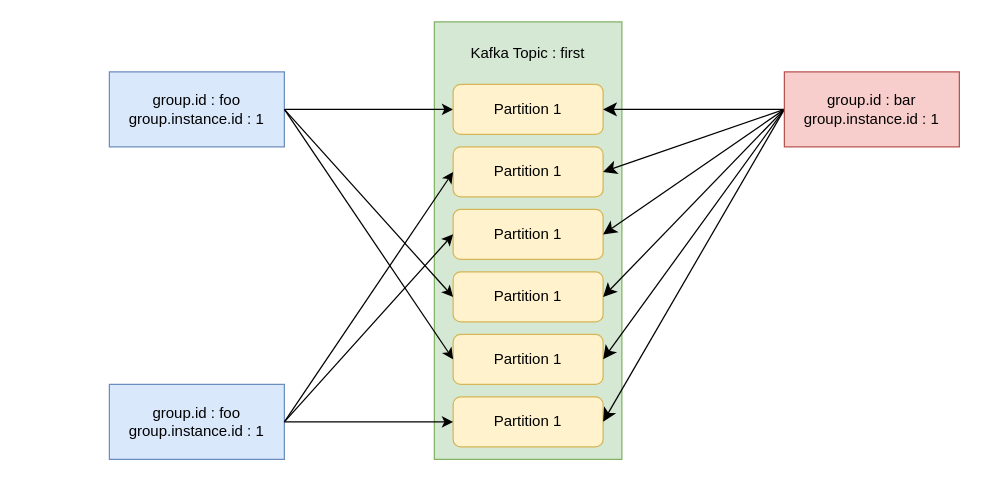
Above: drawio/kafka/kafka-rebalancing-bg-info-4.drawio in windowforsun/blog (draw.io), before the change. Source tidied: cells renumbered, new cells numbered last; positions are measured from the earlier drawing's top-left corner, leaving out a move shared by most shapes. Both pictures are drawn from the tidied source at 125%, with x=0, y=0 at pixel (109, 21).
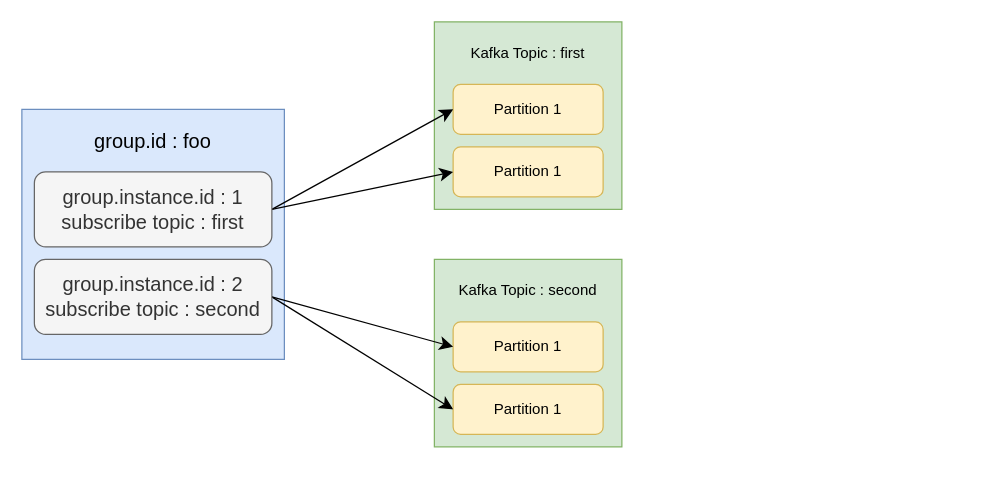
The same page after the edit.

The change refers to these unchanged cells:
```xml
<mxCell id="6" value="Partition 1" style="rounded=1;whiteSpace=wrap;html=1;fillColor=#fff2cc;strokeColor=#d6b656;" parent="1" vertex="1">
  <mxGeometry x="275" y="50" width="120" height="40" as="geometry" />
</mxCell>
<mxCell id="7" value="Partition 1" style="rounded=1;whiteSpace=wrap;html=1;fillColor=#fff2cc;strokeColor=#d6b656;" parent="1" vertex="1">
  <mxGeometry x="275" y="100" width="120" height="40" as="geometry" />
</mxCell>
```

What changed in the source:
```diff
@@
+    <mxCell id="25" style="rounded=0;whiteSpace=wrap;html=1;fillColor=#d5e8d4;strokeColor=#82b366;" parent="1" vertex="1">
+      <mxGeometry x="260" y="190" width="150" height="150" as="geometry" />
+    </mxCell>
+    <mxCell id="26" value="Kafka Topic : second" style="text;html=1;strokeColor=none;fillColor=none;align=center;verticalAlign=middle;whiteSpace=wrap;rounded=0;" parent="1" vertex="1">
+      <mxGeometry x="270" y="200" width="130" height="30" as="geometry" />
+    </mxCell>
+    <mxCell id="27" value="Partition 1" style="rounded=1;whiteSpace=wrap;html=1;fillColor=#fff2cc;strokeColor=#d6b656;" parent="1" vertex="1">
+      <mxGeometry x="275" y="240" width="120" height="40" as="geometry" />
+    </mxCell>
+    <mxCell id="28" value="Partition 1" style="rounded=1;whiteSpace=wrap;html=1;fillColor=#fff2cc;strokeColor=#d6b656;" parent="1" vertex="1">
+      <mxGeometry x="275" y="290" width="120" height="40" as="geometry" />
+    </mxCell>
     <mxCell id="2" style="rounded=0;whiteSpace=wrap;html=1;fillColor=#d5e8d4;strokeColor=#82b366;" parent="1" vertex="1">
-      <mxGeometry x="260" width="150" height="350" as="geometry" />
+      <mxGeometry x="260" width="150" height="150" as="geometry" />
     </mxCell>
-    <mxCell id="3" style="edgeStyle=orthogonalEdgeStyle;rounded=0;jettySize=auto;html=1;entryX=0;entryY=0.5;entryDx=0;entryDy=0;" parent="1" edge="1" source="4" target="6">
-      <mxGeometry relative="1" as="geometry" />
-    </mxCell>
-    <mxCell id="4" value="group.id : foo&lt;br&gt;group.instance.id : 1" style="rounded=0;whiteSpace=wrap;html=1;align=center;fillColor=#dae8fc;strokeColor=#6c8ebf;" parent="1" vertex="1">
-      <mxGeometry y="40" width="140" height="60" as="geometry" />
+    <mxCell id="4" style="rounded=0;whiteSpace=wrap;html=1;align=center;fillColor=#dae8fc;strokeColor=#6c8ebf;" parent="1" vertex="1">
+      <mxGeometry x="-70" y="70" width="210" height="200" as="geometry" />
     </mxCell>
@@
-    <mxCell id="8" value="Partition 1" style="rounded=1;whiteSpace=wrap;html=1;fillColor=#fff2cc;strokeColor=#d6b656;" parent="1" vertex="1">
-      <mxGeometry x="275" y="150" width="120" height="40" as="geometry" />
-    </mxCell>
-    <mxCell id="9" value="Partition 1" style="rounded=1;whiteSpace=wrap;html=1;fillColor=#fff2cc;strokeColor=#d6b656;" parent="1" vertex="1">
-      <mxGeometry x="275" y="200" width="120" height="40" as="geometry" />
-    </mxCell>
-    <mxCell id="10" value="Partition 1" style="rounded=1;whiteSpace=wrap;html=1;fillColor=#fff2cc;strokeColor=#d6b656;" parent="1" vertex="1">
-      <mxGeometry x="275" y="250" width="120" height="40" as="geometry" />
-    </mxCell>
-    <mxCell id="11" value="Partition 1" style="rounded=1;whiteSpace=wrap;html=1;fillColor=#fff2cc;strokeColor=#d6b656;" parent="1" vertex="1">
-      <mxGeometry x="275" y="300" width="120" height="40" as="geometry" />
-    </mxCell>
-    <mxCell id="12" style="endArrow=classic;html=1;rounded=0;exitX=1;exitY=0.5;exitDx=0;exitDy=0;entryX=0;entryY=0.5;entryDx=0;entryDy=0;" parent="1" edge="1" source="4" target="9">
-      <mxGeometry relative="1" as="geometry" />
-    </mxCell>
-    <mxCell id="13" style="endArrow=classic;html=1;rounded=0;exitX=1;exitY=0.5;exitDx=0;exitDy=0;entryX=0;entryY=0.5;entryDx=0;entryDy=0;" parent="1" edge="1" source="4" target="10">
-      <mxGeometry relative="1" as="geometry" />
-    </mxCell>
-    <mxCell id="14" value="group.id : foo&lt;br&gt;group.instance.id : 1" style="rounded=0;whiteSpace=wrap;html=1;align=center;fillColor=#dae8fc;strokeColor=#6c8ebf;" parent="1" vertex="1">
-      <mxGeometry y="290" width="140" height="60" as="geometry" />
-    </mxCell>
-    <mxCell id="15" style="rounded=0;jettySize=auto;html=1;exitX=1;exitY=0.5;exitDx=0;exitDy=0;entryX=0;entryY=0.5;entryDx=0;entryDy=0;" parent="1" edge="1" source="14" target="11">
-      <mxGeometry relative="1" as="geometry" />
-    </mxCell>
-    <mxCell id="16" style="rounded=0;jettySize=auto;html=1;exitX=1;exitY=0.5;exitDx=0;exitDy=0;entryX=0;entryY=0.5;entryDx=0;entryDy=0;" parent="1" edge="1" source="14" target="8">
-      <mxGeometry relative="1" as="geometry" />
-    </mxCell>
-    <mxCell id="17" style="rounded=0;jettySize=auto;html=1;exitX=1;exitY=0.5;exitDx=0;exitDy=0;entryX=0;entryY=0.5;entryDx=0;entryDy=0;" parent="1" edge="1" source="14" target="7">
-      <mxGeometry relative="1" as="geometry" />
-    </mxCell>
-    <mxCell id="18" style="edgeStyle=none;curved=1;rounded=0;jettySize=auto;html=1;entryX=1;entryY=0.5;entryDx=0;entryDy=0;fontSize=12;startSize=8;endSize=8;" parent="1" edge="1" source="24" target="6">
-      <mxGeometry relative="1" as="geometry" />
-    </mxCell>
-    <mxCell id="19" style="edgeStyle=none;curved=1;rounded=0;jettySize=auto;html=1;entryX=1;entryY=0.5;entryDx=0;entryDy=0;fontSize=12;startSize=8;endSize=8;exitX=0;exitY=0.5;exitDx=0;exitDy=0;" parent="1" edge="1" source="24" target="7">
-      <mxGeometry relative="1" as="geometry" />
-    </mxCell>
-    <mxCell id="20" style="edgeStyle=none;curved=1;rounded=0;jettySize=auto;html=1;entryX=1;entryY=0.5;entryDx=0;entryDy=0;fontSize=12;startSize=8;endSize=8;exitX=0;exitY=0.5;exitDx=0;exitDy=0;" parent="1" edge="1" source="24" target="8">
-      <mxGeometry relative="1" as="geometry" />
-    </mxCell>
-    <mxCell id="21" style="edgeStyle=none;curved=1;rounded=0;jettySize=auto;html=1;entryX=1;entryY=0.5;entryDx=0;entryDy=0;fontSize=12;startSize=8;endSize=8;exitX=0;exitY=0.5;exitDx=0;exitDy=0;" parent="1" edge="1" source="24" target="9">
-      <mxGeometry relative="1" as="geometry" />
-    </mxCell>
-    <mxCell id="22" style="edgeStyle=none;curved=1;rounded=0;jettySize=auto;html=1;entryX=1;entryY=0.5;entryDx=0;entryDy=0;fontSize=12;startSize=8;endSize=8;exitX=0;exitY=0.5;exitDx=0;exitDy=0;" parent="1" edge="1" source="24" target="10">
-      <mxGeometry relative="1" as="geometry" />
-    </mxCell>
-    <mxCell id="23" style="edgeStyle=none;curved=1;rounded=0;jettySize=auto;html=1;entryX=1;entryY=0.5;entryDx=0;entryDy=0;fontSize=12;startSize=8;endSize=8;" parent="1" edge="1" target="11">
-      <mxGeometry relative="1" as="geometry">
-        <mxPoint x="540" y="70" as="sourcePoint" />
-      </mxGeometry>
-    </mxCell>
-    <mxCell id="24" value="group.id : bar&lt;br&gt;group.instance.id : 1" style="rounded=0;whiteSpace=wrap;html=1;align=center;fillColor=#f8cecc;strokeColor=#b85450;" parent="1" vertex="1">
-      <mxGeometry x="540" y="40" width="140" height="60" as="geometry" />
-    </mxCell>
+    <mxCell id="29" value="group.id : foo" style="text;html=1;strokeColor=none;fillColor=none;align=center;verticalAlign=middle;whiteSpace=wrap;rounded=0;fontSize=16;" parent="1" vertex="1">
+      <mxGeometry x="-20" y="80" width="110" height="30" as="geometry" />
+    </mxCell>
+    <mxCell id="30" style="edgeStyle=none;curved=1;rounded=0;jettySize=auto;html=1;entryX=0;entryY=0.5;entryDx=0;entryDy=0;fontSize=12;startSize=8;endSize=8;exitX=1;exitY=0.5;exitDx=0;exitDy=0;" parent="1" edge="1" source="32" target="6">
+      <mxGeometry relative="1" as="geometry" />
+    </mxCell>
+    <mxCell id="31" style="edgeStyle=none;curved=1;rounded=0;jettySize=auto;html=1;entryX=0;entryY=0.5;entryDx=0;entryDy=0;fontSize=12;startSize=8;endSize=8;exitX=1;exitY=0.5;exitDx=0;exitDy=0;" parent="1" edge="1" source="32" target="7">
+      <mxGeometry relative="1" as="geometry" />
+    </mxCell>
+    <mxCell id="32" value="group.instance.id : 1&lt;br&gt;subscribe topic : first" style="rounded=1;whiteSpace=wrap;html=1;fontSize=16;fillColor=#f5f5f5;fontColor=#333333;strokeColor=#666666;" parent="1" vertex="1">
+      <mxGeometry x="-60" y="120" width="190" height="60" as="geometry" />
+    </mxCell>
+    <mxCell id="33" style="edgeStyle=none;curved=1;rounded=0;jettySize=auto;html=1;entryX=0;entryY=0.5;entryDx=0;entryDy=0;fontSize=12;startSize=8;endSize=8;exitX=1;exitY=0.5;exitDx=0;exitDy=0;" parent="1" edge="1" source="35" target="27">
+      <mxGeometry relative="1" as="geometry" />
+    </mxCell>
+    <mxCell id="34" style="edgeStyle=none;curved=1;rounded=0;jettySize=auto;html=1;entryX=0;entryY=0.5;entryDx=0;entryDy=0;fontSize=12;startSize=8;endSize=8;exitX=1;exitY=0.5;exitDx=0;exitDy=0;" parent="1" edge="1" source="35" target="28">
+      <mxGeometry relative="1" as="geometry" />
+    </mxCell>
+    <mxCell id="35" value="group.instance.id : 2&lt;br&gt;subscribe topic : second" style="rounded=1;whiteSpace=wrap;html=1;fontSize=16;fillColor=#f5f5f5;fontColor=#333333;strokeColor=#666666;" parent="1" vertex="1">
+      <mxGeometry x="-60" y="190" width="190" height="60" as="geometry" />
+    </mxCell>
```
